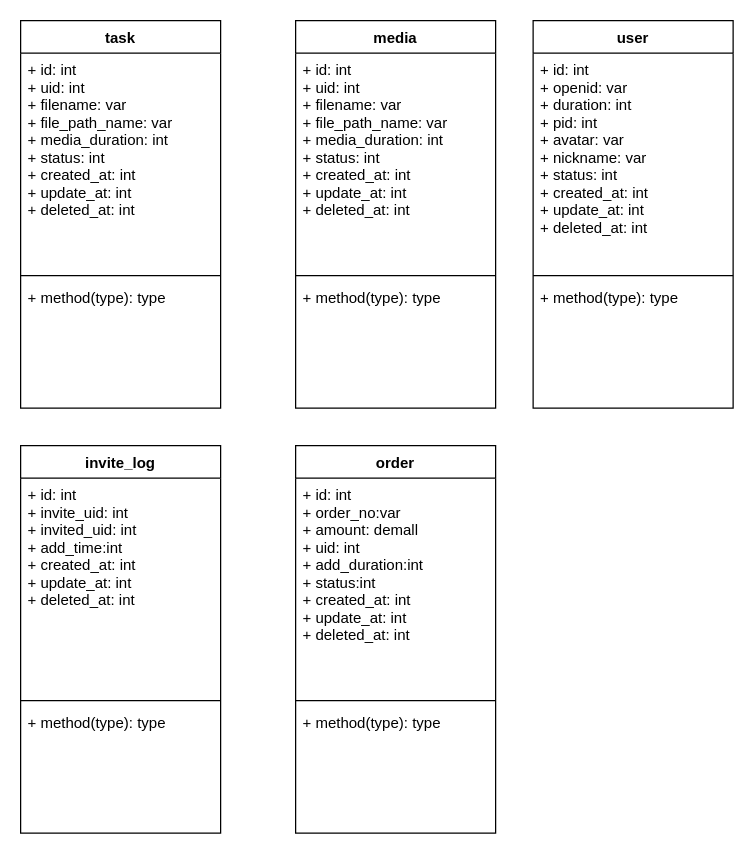
ljkrock/WeUI-Simple-Guide keeps this draw.io diagram as v2t.drawio. Above is the earlier version. Source tidied: cells renumbered, new cells numbered last; positions are measured from the earlier drawing's top-left corner, leaving out a move shared by most shapes. Both pictures are drawn from the tidied source at 125%, with x=0, y=0 at pixel (20, 20).
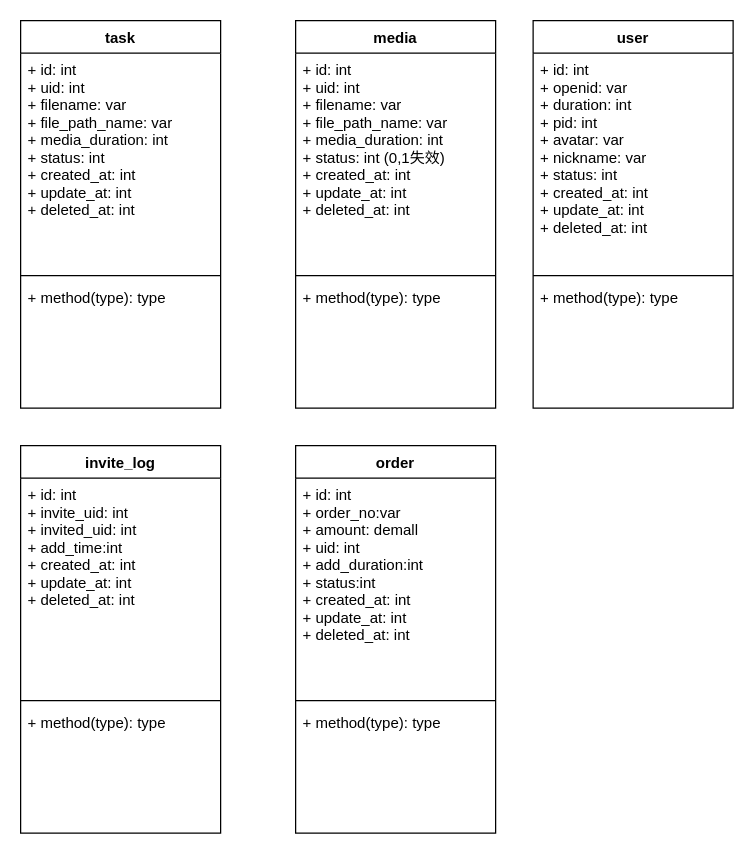
Above is the later version.

The change refers to these unchanged cells:
```xml
<mxCell id="6" value="media" style="swimlane;fontStyle=1;align=center;verticalAlign=top;horizontal=1;startSize=26;" parent="1" vertex="1">
  <mxGeometry x="220" width="160" height="310" as="geometry" />
</mxCell>
```

Change to the diagram source:
```diff
@@
-    <mxCell id="7" value="+ id: int&#10;+ uid: int&#10;+ filename: var&#10;+ file_path_name: var&#10;+ media_duration: int&#10;+ status: int&#10;+ created_at: int&#10;+ update_at: int&#10;+ deleted_at: int" style="text;strokeColor=none;fillColor=none;align=left;verticalAlign=top;spacingLeft=4;spacingRight=4;overflow=hidden;" parent="6" vertex="1">
+    <mxCell id="7" value="+ id: int&#10;+ uid: int&#10;+ filename: var&#10;+ file_path_name: var&#10;+ media_duration: int&#10;+ status: int (0,1失效)&#10;+ created_at: int&#10;+ update_at: int&#10;+ deleted_at: int" style="text;strokeColor=none;fillColor=none;align=left;verticalAlign=top;spacingLeft=4;spacingRight=4;overflow=hidden;" parent="6" vertex="1">
       <mxGeometry y="26" width="160" height="174" as="geometry" />
     </mxCell>
```
